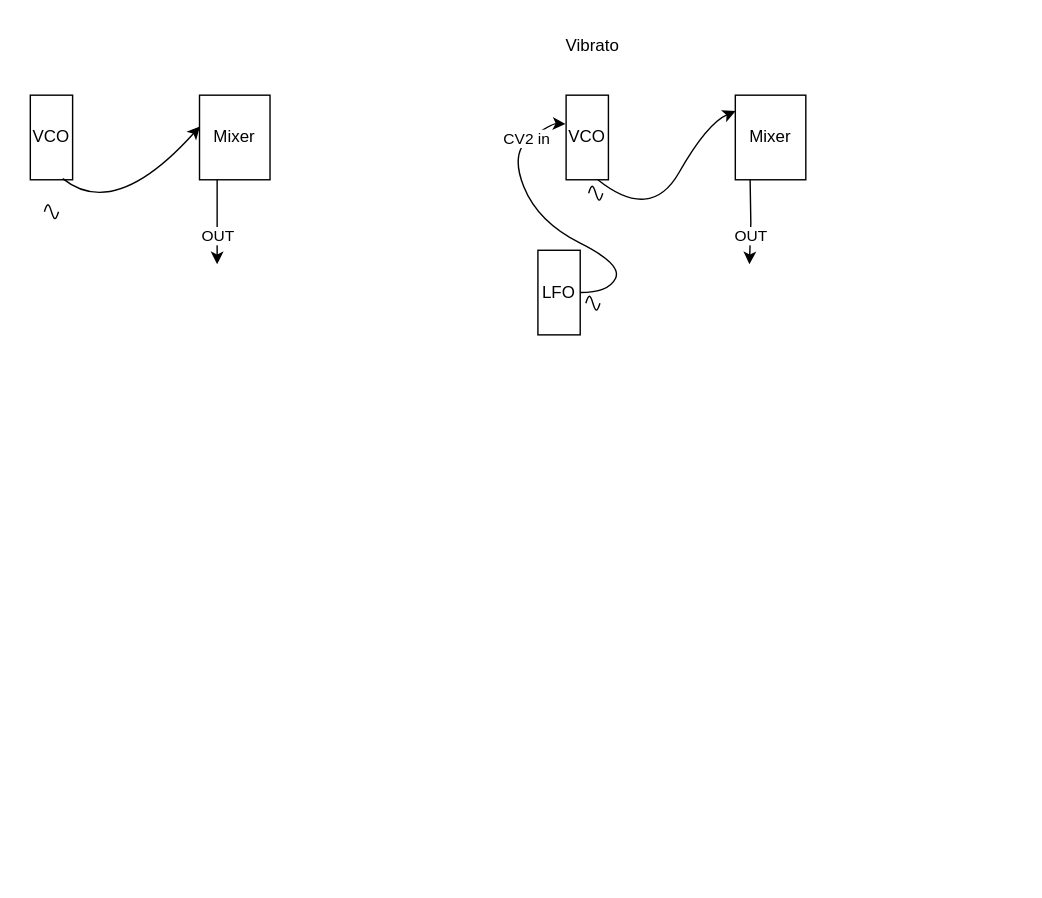
Above: 05-Analog-Synthesis/01-Oscillators/VCO_LFO_Basics.drawio in SEM-Mozarteum/sem-meko (draw.io), before the change. Source tidied: cells renumbered, new cells numbered last; positions are measured from the earlier drawing's top-left corner, leaving out a move shared by most shapes. Both pictures are drawn from the tidied source at 141%, with x=0, y=0 at pixel (30, 24).
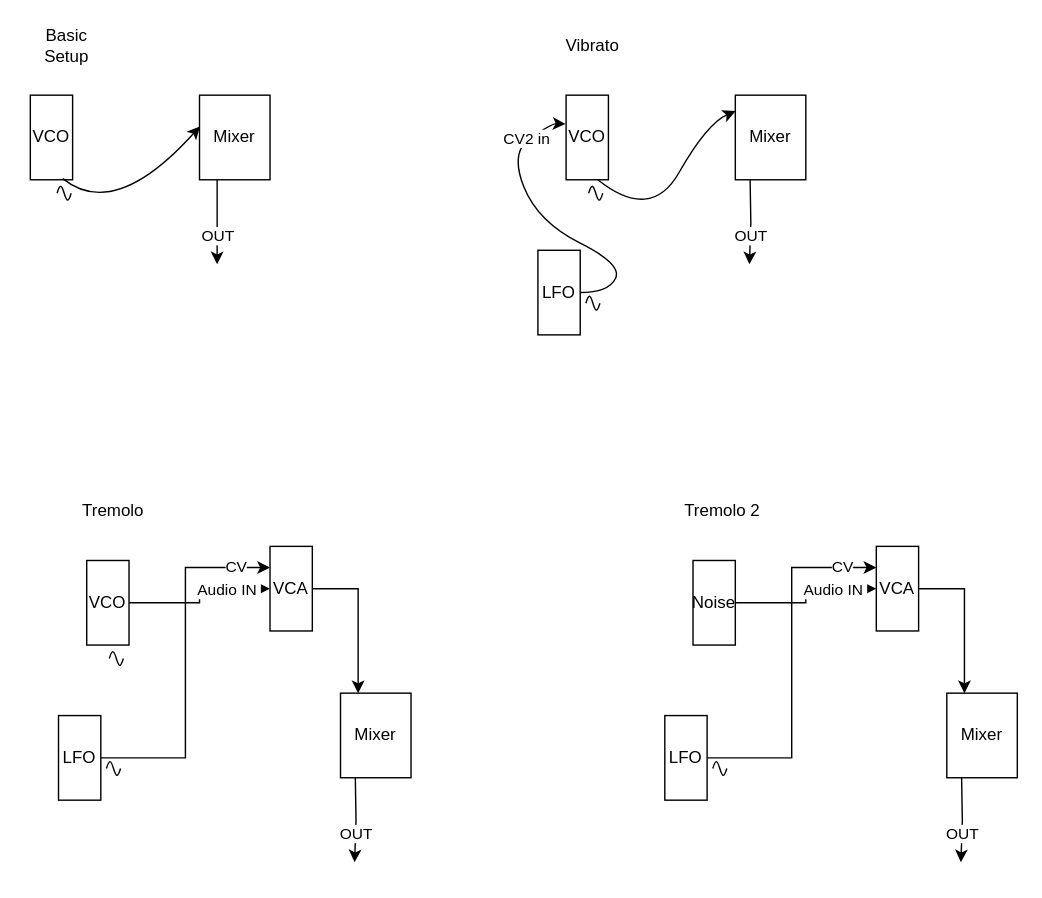
After the change.

What changed in the source:
```diff
@@
     <mxCell id="15" style="verticalLabelPosition=bottom;shadow=0;dashed=0;align=center;html=1;verticalAlign=top;shape=mxgraph.electrical.waveforms.sine_wave;labelBackgroundColor=default;labelBorderColor=default;" parent="1" vertex="1">
-      <mxGeometry x="10" y="126.1" width="10" height="13.1" as="geometry" />
+      <mxGeometry x="19" y="113" width="10" height="13.1" as="geometry" />
     </mxCell>
@@
+    <mxCell id="19" style="edgeStyle=orthogonalEdgeStyle;rounded=0;jettySize=auto;html=1;entryX=0;entryY=0.5;entryDx=0;entryDy=0;" parent="1" edge="1" source="21" target="31">
+      <mxGeometry relative="1" as="geometry" />
+    </mxCell>
+    <mxCell id="20" value="Audio IN&amp;nbsp;" style="edgeLabel;html=1;align=center;verticalAlign=middle;" parent="19" vertex="1">
+      <mxGeometry x="0.59" relative="1" as="geometry">
+        <mxPoint x="-7" as="offset" />
+      </mxGeometry>
+    </mxCell>
+    <mxCell id="21" value="VCO" style="rounded=0;whiteSpace=wrap;html=1;align=center;" parent="1" vertex="1">
+      <mxGeometry x="40" y="380" width="30" height="60" as="geometry" />
+    </mxCell>
+    <mxCell id="22" value="Mixer" style="rounded=0;whiteSpace=wrap;html=1;align=center;" parent="1" vertex="1">
+      <mxGeometry x="220" y="474.1" width="50" height="60" as="geometry" />
+    </mxCell>
+    <mxCell id="23" style="edgeStyle=orthogonalEdgeStyle;rounded=0;jettySize=auto;html=1;exitX=1;exitY=0.5;exitDx=0;exitDy=0;entryX=0;entryY=0.25;entryDx=0;entryDy=0;" parent="1" edge="1" source="25" target="31">
+      <mxGeometry relative="1" as="geometry" />
+    </mxCell>
+    <mxCell id="24" value="CV" style="edgeLabel;html=1;align=center;verticalAlign=middle;" parent="23" vertex="1">
+      <mxGeometry x="0.8" y="1" relative="1" as="geometry" />
+    </mxCell>
+    <mxCell id="25" value="LFO" style="rounded=0;whiteSpace=wrap;html=1;align=center;" parent="1" vertex="1">
+      <mxGeometry x="20" y="490" width="30" height="60" as="geometry" />
+    </mxCell>
+    <mxCell id="26" value="Tremolo" style="text;html=1;whiteSpace=wrap;strokeColor=none;fillColor=none;align=center;verticalAlign=middle;rounded=0;" parent="1" vertex="1">
+      <mxGeometry x="29" y="330" width="60" height="30" as="geometry" />
+    </mxCell>
+    <mxCell id="27" style="verticalLabelPosition=bottom;shadow=0;dashed=0;align=center;html=1;verticalAlign=top;shape=mxgraph.electrical.waveforms.sine_wave;labelBackgroundColor=default;labelBorderColor=default;" parent="1" vertex="1">
+      <mxGeometry x="56" y="443" width="10" height="13.1" as="geometry" />
+    </mxCell>
+    <mxCell id="28" style="edgeStyle=orthogonalEdgeStyle;rounded=0;orthogonalLoop=1;jettySize=auto;html=1;exitX=0.25;exitY=1;exitDx=0;exitDy=0;" parent="1" edge="1">
+      <mxGeometry relative="1" as="geometry">
+        <mxPoint x="230.5" y="534.1" as="sourcePoint" />
+        <mxPoint x="230" y="594.1" as="targetPoint" />
+      </mxGeometry>
+    </mxCell>
+    <mxCell id="29" value="OUT" style="edgeLabel;html=1;align=center;verticalAlign=middle;" parent="28" vertex="1">
+      <mxGeometry x="0.52" relative="1" as="geometry">
+        <mxPoint y="-6" as="offset" />
+      </mxGeometry>
+    </mxCell>
+    <mxCell id="30" style="edgeStyle=orthogonalEdgeStyle;rounded=0;jettySize=auto;html=1;entryX=0.25;entryY=0;entryDx=0;entryDy=0;" parent="1" edge="1" source="31" target="22">
+      <mxGeometry relative="1" as="geometry" />
+    </mxCell>
+    <mxCell id="31" value="VCA" style="rounded=0;whiteSpace=wrap;html=1;align=center;" parent="1" vertex="1">
+      <mxGeometry x="170" y="370" width="30" height="60" as="geometry" />
+    </mxCell>
+    <mxCell id="32" style="verticalLabelPosition=bottom;shadow=0;dashed=0;align=center;html=1;verticalAlign=top;shape=mxgraph.electrical.waveforms.sine_wave;labelBackgroundColor=default;labelBorderColor=default;" parent="1" vertex="1">
+      <mxGeometry x="54" y="521" width="10" height="13.1" as="geometry" />
+    </mxCell>
+    <mxCell id="33" style="edgeStyle=orthogonalEdgeStyle;rounded=0;jettySize=auto;html=1;entryX=0;entryY=0.5;entryDx=0;entryDy=0;" parent="1" edge="1" source="35" target="43">
+      <mxGeometry relative="1" as="geometry" />
+    </mxCell>
+    <mxCell id="34" value="Audio IN&amp;nbsp;" style="edgeLabel;html=1;align=center;verticalAlign=middle;" parent="33" vertex="1">
+      <mxGeometry x="0.59" relative="1" as="geometry">
+        <mxPoint x="-7" as="offset" />
+      </mxGeometry>
+    </mxCell>
+    <mxCell id="35" value="Noise" style="rounded=0;whiteSpace=wrap;html=1;align=center;" parent="1" vertex="1">
+      <mxGeometry x="470" y="380" width="30" height="60" as="geometry" />
+    </mxCell>
+    <mxCell id="36" value="Mixer" style="rounded=0;whiteSpace=wrap;html=1;align=center;" parent="1" vertex="1">
+      <mxGeometry x="650" y="474.1" width="50" height="60" as="geometry" />
+    </mxCell>
+    <mxCell id="37" style="edgeStyle=orthogonalEdgeStyle;rounded=0;jettySize=auto;html=1;exitX=1;exitY=0.5;exitDx=0;exitDy=0;entryX=0;entryY=0.25;entryDx=0;entryDy=0;" parent="1" edge="1" source="39" target="43">
+      <mxGeometry relative="1" as="geometry" />
+    </mxCell>
+    <mxCell id="38" value="CV" style="edgeLabel;html=1;align=center;verticalAlign=middle;" parent="37" vertex="1">
+      <mxGeometry x="0.8" y="1" relative="1" as="geometry" />
+    </mxCell>
+    <mxCell id="39" value="LFO" style="rounded=0;whiteSpace=wrap;html=1;align=center;" parent="1" vertex="1">
+      <mxGeometry x="450" y="490" width="30" height="60" as="geometry" />
+    </mxCell>
+    <mxCell id="40" style="edgeStyle=orthogonalEdgeStyle;rounded=0;orthogonalLoop=1;jettySize=auto;html=1;exitX=0.25;exitY=1;exitDx=0;exitDy=0;" parent="1" edge="1">
+      <mxGeometry relative="1" as="geometry">
+        <mxPoint x="660.5" y="534.1" as="sourcePoint" />
+        <mxPoint x="660" y="594.1" as="targetPoint" />
+      </mxGeometry>
+    </mxCell>
+    <mxCell id="41" value="OUT" style="edgeLabel;html=1;align=center;verticalAlign=middle;" parent="40" vertex="1">
+      <mxGeometry x="0.52" relative="1" as="geometry">
+        <mxPoint y="-6" as="offset" />
+      </mxGeometry>
+    </mxCell>
+    <mxCell id="42" style="edgeStyle=orthogonalEdgeStyle;rounded=0;jettySize=auto;html=1;entryX=0.25;entryY=0;entryDx=0;entryDy=0;" parent="1" edge="1" source="43" target="36">
+      <mxGeometry relative="1" as="geometry" />
+    </mxCell>
+    <mxCell id="43" value="VCA" style="rounded=0;whiteSpace=wrap;html=1;align=center;" parent="1" vertex="1">
+      <mxGeometry x="600" y="370" width="30" height="60" as="geometry" />
+    </mxCell>
+    <mxCell id="44" style="verticalLabelPosition=bottom;shadow=0;dashed=0;align=center;html=1;verticalAlign=top;shape=mxgraph.electrical.waveforms.sine_wave;labelBackgroundColor=default;labelBorderColor=default;" parent="1" vertex="1">
+      <mxGeometry x="484" y="521" width="10" height="13.1" as="geometry" />
+    </mxCell>
+    <mxCell id="45" value="Tremolo 2" style="text;html=1;whiteSpace=wrap;strokeColor=none;fillColor=none;align=center;verticalAlign=middle;rounded=0;" parent="1" vertex="1">
+      <mxGeometry x="461" y="330" width="60" height="30" as="geometry" />
+    </mxCell>
+    <mxCell id="46" value="Basic Setup" style="text;html=1;whiteSpace=wrap;strokeColor=none;fillColor=none;align=center;verticalAlign=middle;rounded=0;" parent="1" vertex="1">
+      <mxGeometry x="-4" width="60" height="30" as="geometry" />
+    </mxCell>
```
